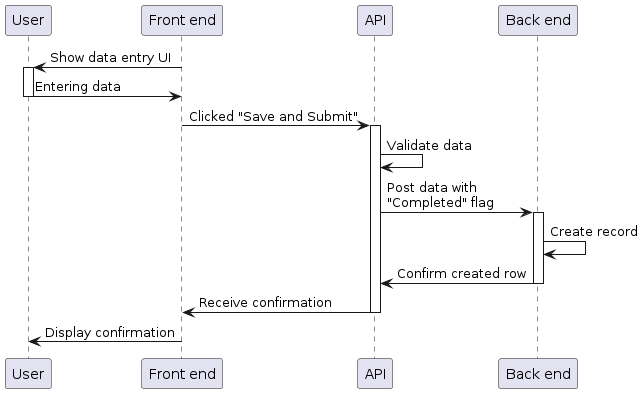
Before: design/images/runtime-manual-data-entry.png, a diagram exported from PlantUML (seedcase-project/seedcase-website). Source of this version:
```plantuml
@startuml


participant "User" as u
participant "Front end" as f
participant "API" as api
participant "Back end" as db

f -> u ++: Show data entry UI
u -> f --: Entering data
f -> api ++: Clicked "Save and Submit"
api -> api : Validate data
api -> db ++: Post data with\n"Completed" flag
db -> db : Create record
db -> api --: Confirm created row
api -> f --: Receive confirmation
f -> u --: Display confirmation
@enduml
```
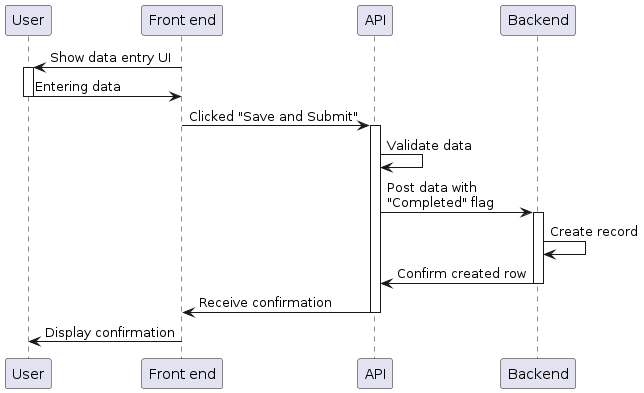
After the change.

Diff of the diagram source:
```diff
@@ -4,7 +4,7 @@
 participant "User" as u
 participant "Front end" as f
 participant "API" as api
-participant "Back end" as db
+participant "Backend" as db
 
 f -> u ++: Show data entry UI
 u -> f --: Entering data
```
